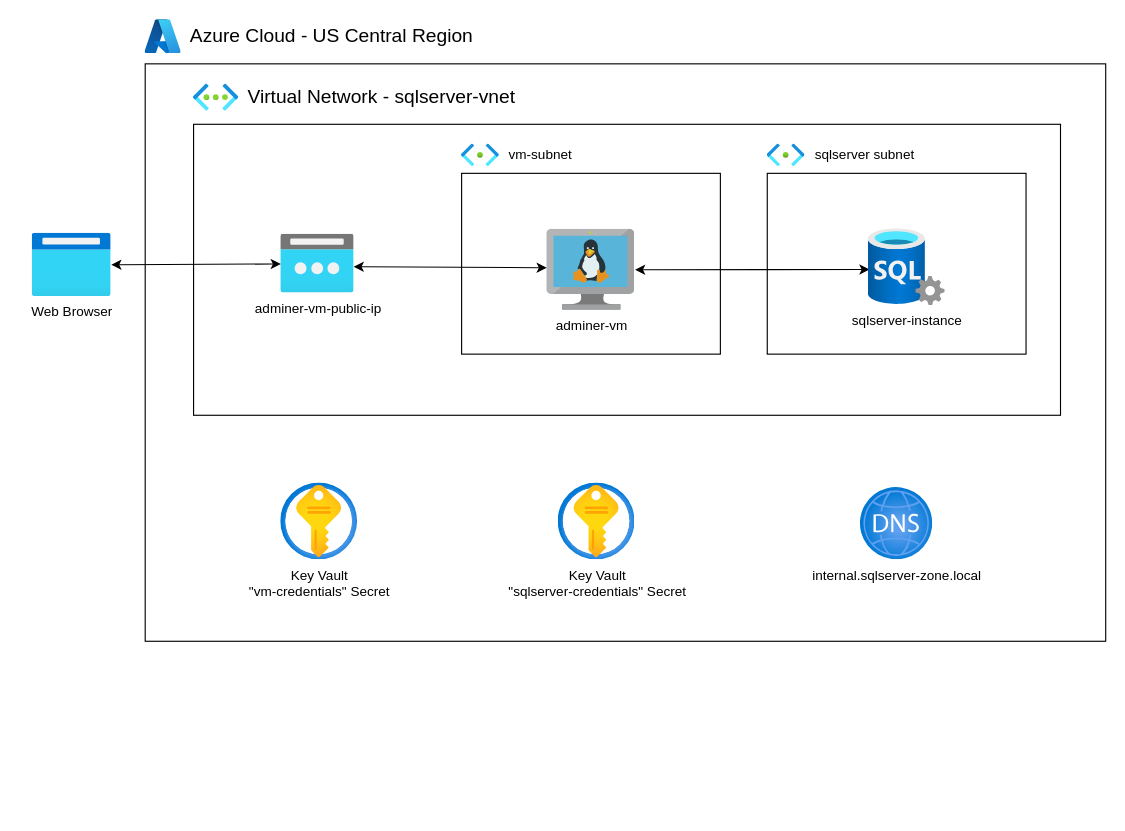
Above: azure-sqlserver.drawio in mamonaco1973/azure-sqlserver (draw.io), before the change. Source tidied: cells renumbered, new cells numbered last; positions are measured from the earlier drawing's top-left corner, leaving out a move shared by most shapes. Both pictures are drawn from the tidied source at 113%, with x=0, y=0 at pixel (32, 19).
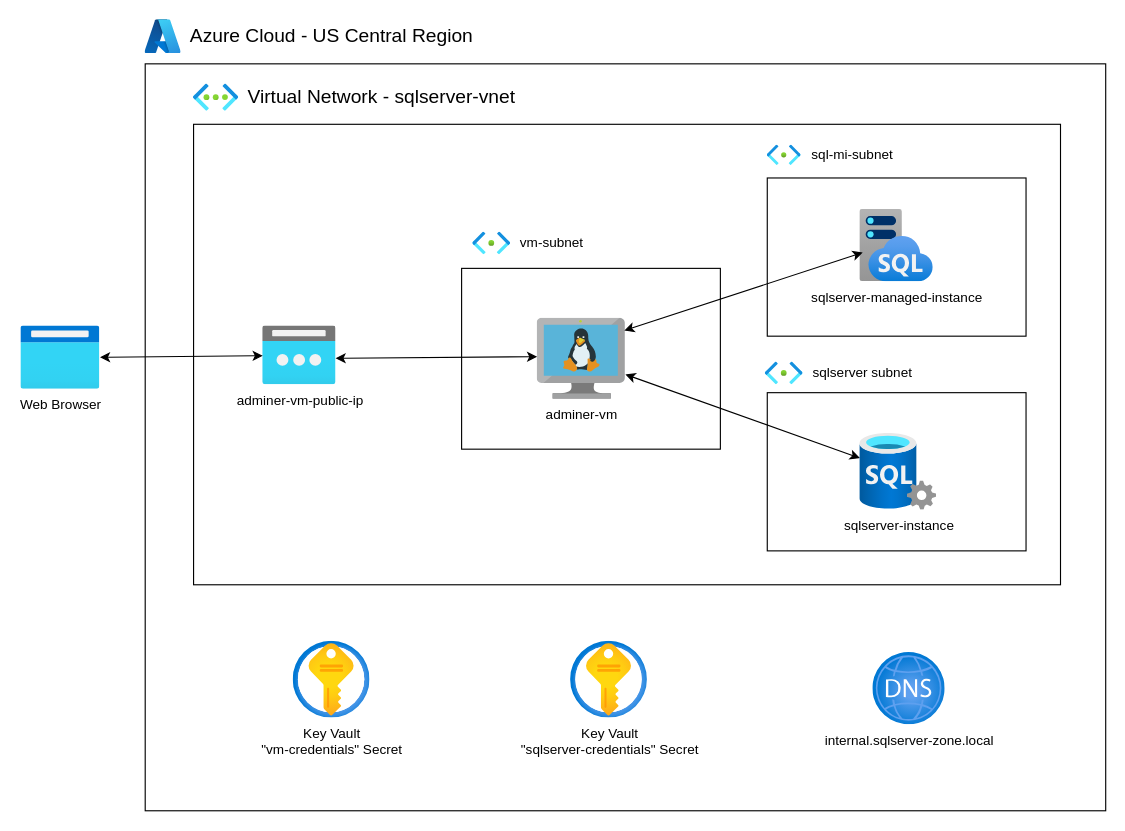
The same page after the edit.

Change to the diagram source:
```diff
@@
     <mxCell id="2" style="fillColor=none;rounded=0;labelBackgroundColor=none;fontColor=none;noLabel=1;shadow=0;glass=0;html=1;whiteSpace=wrap;verticalAlign=middle;" parent="1" vertex="1">
-      <mxGeometry x="100" y="39" width="850" height="511" as="geometry" />
+      <mxGeometry x="100" y="39" width="850" height="661" as="geometry" />
     </mxCell>
     <mxCell id="3" style="whiteSpace=wrap;html=1;rounded=0;fillColor=none;" parent="1" vertex="1">
-      <mxGeometry x="142.8" y="92.5" width="767.2" height="257.5" as="geometry" />
+      <mxGeometry x="142.8" y="92.5" width="767.2" height="407.5" as="geometry" />
     </mxCell>
@@
     <mxCell id="6" style="whiteSpace=wrap;html=1;fillColor=none;rounded=0;" parent="1" vertex="1">
-      <mxGeometry x="380" y="135.9" width="229" height="160" as="geometry" />
+      <mxGeometry x="380" y="220" width="229" height="160" as="geometry" />
     </mxCell>
     <mxCell id="7" value="vm-subnet" style="image;html=1;align=left;fontSize=12;image=img/lib/azure2/networking/Subnet.svg;labelBackgroundColor=none;labelPosition=right;verticalLabelPosition=middle;verticalAlign=middle;spacing=9;" parent="1" vertex="1">
-      <mxGeometry x="380" y="110" width="33.4" height="20" as="geometry" />
+      <mxGeometry x="390" y="188" width="33.4" height="20" as="geometry" />
     </mxCell>
     <mxCell id="8" value="sqlserver subnet" style="image;html=1;align=left;fontSize=12;image=img/lib/azure2/networking/Subnet.svg;labelBackgroundColor=none;labelPosition=right;verticalLabelPosition=middle;verticalAlign=middle;spacing=9;" parent="1" vertex="1">
-      <mxGeometry x="650.5" y="110" width="33.4" height="20" as="geometry" />
+      <mxGeometry x="648.8" y="303" width="33.4" height="20" as="geometry" />
     </mxCell>
     <mxCell id="9" value="adminer-vm" style="image;sketch=0;html=1;points=[];align=center;fontSize=12;image=img/lib/mscae/VM_Linux.svg;labelBackgroundColor=none;" parent="1" vertex="1">
-      <mxGeometry x="455.5" y="185.4" width="78" height="71.8" as="geometry" />
+      <mxGeometry x="447" y="264.1" width="78" height="71.8" as="geometry" />
     </mxCell>
     <mxCell id="10" value="Key Vault&lt;div&gt;&quot;vm-credentials&quot; Secret&lt;/div&gt;" style="image;html=1;align=center;fontSize=12;image=img/lib/azure2/security/Key_Vaults.svg;" parent="1" vertex="1">
-      <mxGeometry x="220" y="410" width="68" height="68" as="geometry" />
+      <mxGeometry x="231" y="550" width="68" height="68" as="geometry" />
     </mxCell>
     <mxCell id="11" value="Key Vault&lt;div&gt;&quot;sqlserver-credentials&quot; Secret&lt;/div&gt;" style="image;html=1;align=center;fontSize=12;image=img/lib/azure2/security/Key_Vaults.svg;" parent="1" vertex="1">
-      <mxGeometry x="465.5" y="410" width="68" height="68" as="geometry" />
+      <mxGeometry x="476.5" y="550" width="68" height="68" as="geometry" />
     </mxCell>
     <mxCell id="12" style="whiteSpace=wrap;html=1;fillColor=none;rounded=0;" parent="1" vertex="1">
-      <mxGeometry x="650.5" y="135.9" width="229" height="160" as="geometry" />
+      <mxGeometry x="650.5" y="330" width="229" height="140" as="geometry" />
     </mxCell>
     <mxCell id="13" value="adminer-vm-public-ip" style="image;html=1;points=[];align=center;fontSize=12;image=img/lib/azure2/networking/Public_IP_Addresses.svg;" parent="1" vertex="1">
-      <mxGeometry x="220" y="189.9" width="65" height="52" as="geometry" />
+      <mxGeometry x="204" y="271" width="65" height="52" as="geometry" />
     </mxCell>
     <mxCell id="14" value="Web Browser" style="image;html=1;points=[];align=center;fontSize=12;image=img/lib/azure2/general/Browser.svg;" parent="1" vertex="1">
-      <mxGeometry y="189" width="70" height="56" as="geometry" />
+      <mxGeometry x="-10" y="271" width="70" height="56" as="geometry" />
     </mxCell>
@@
-    <mxCell id="17" style="endArrow=classic;startArrow=classic;html=1;rounded=0;" parent="1" edge="1" source="9">
-      <mxGeometry relative="1" as="geometry">
-        <mxPoint x="741" y="221" as="targetPoint" />
-      </mxGeometry>
+    <mxCell id="17" style="endArrow=classic;startArrow=classic;html=1;rounded=0;" parent="1" edge="1" source="9" target="19">
+      <mxGeometry relative="1" as="geometry" />
     </mxCell>
     <mxCell id="18" value="internal.sqlserver-zone.local" style="image;html=1;align=center;fontSize=12;image=img/lib/azure2/networking/DNS_Zones.svg;" parent="1" vertex="1">
-      <mxGeometry x="733" y="414" width="64" height="64" as="geometry" />
+      <mxGeometry x="744" y="560" width="64" height="64" as="geometry" />
     </mxCell>
     <mxCell id="19" value="sqlserver-instance" style="image;html=1;points=[];align=center;fontSize=12;image=img/lib/azure2/databases/SQL_Server.svg;" parent="1" vertex="1">
-      <mxGeometry x="740" y="185" width="68" height="68" as="geometry" />
+      <mxGeometry x="732.5" y="366" width="68" height="68" as="geometry" />
     </mxCell>
+    <mxCell id="20" style="whiteSpace=wrap;html=1;fillColor=none;rounded=0;" parent="1" vertex="1">
+      <mxGeometry x="650.5" y="140" width="229" height="140" as="geometry" />
+    </mxCell>
+    <mxCell id="21" value="sql-mi-subnet" style="image;html=1;align=left;fontSize=12;image=img/lib/azure2/networking/Subnet.svg;labelBackgroundColor=none;labelPosition=right;verticalLabelPosition=middle;verticalAlign=middle;spacing=9;" parent="1" vertex="1">
+      <mxGeometry x="650.5" y="111" width="30" height="18" as="geometry" />
+    </mxCell>
+    <mxCell id="22" value="sqlserver-managed-instance" style="image;html=1;points=[];align=center;fontSize=12;image=img/lib/azure2/databases/SQL_Managed_Instance.svg;labelPosition=center;verticalLabelPosition=bottom;verticalAlign=top;" parent="1" vertex="1">
+      <mxGeometry x="732.5" y="168" width="65" height="64" as="geometry" />
+    </mxCell>
+    <mxCell id="23" style="endArrow=classic;startArrow=classic;html=1;rounded=0;entryX=0.038;entryY=0.594;entryDx=0;entryDy=0;entryPerimeter=0;exitX=0.987;exitY=0.152;exitDx=0;exitDy=0;exitPerimeter=0;" parent="1" edge="1" source="9" target="22">
+      <mxGeometry relative="1" as="geometry" />
+    </mxCell>
```
